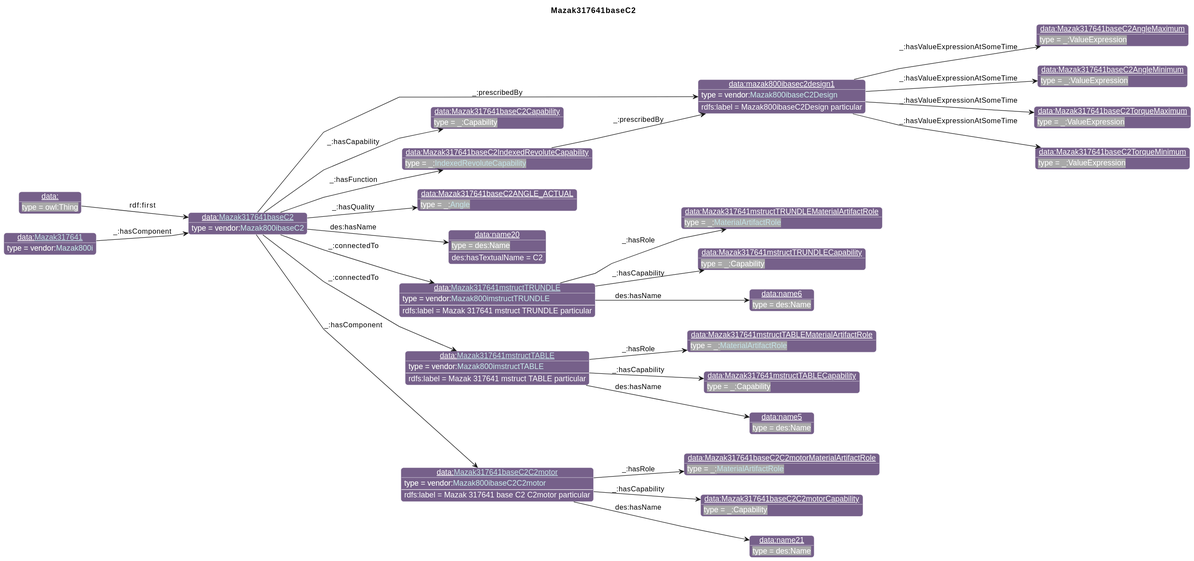
iofoundry/example-syseng-mtconnect keeps this PlantUML diagram as diagrams/Mazak317641baseC2.svg. Above is the earlier version.
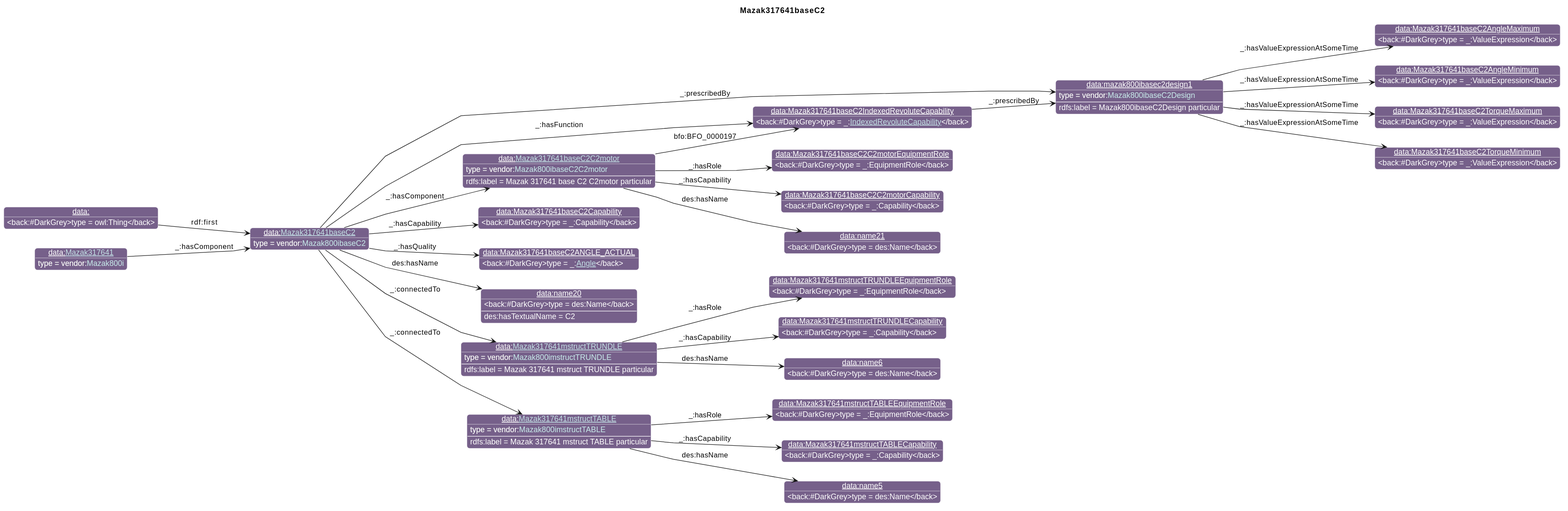
The same diagram one commit later.

Diff of the diagram source:
```diff
@@ -36,15 +36,15 @@
 individual(o8, data:Mazak317641baseC2ANGLE_ACTUAL, _:[[../MTConnect.html#Angle Angle]])
 individual(o9, data:name20, des:Name)
 individual(o10, data:[[./Mazak317641mstructTRUNDLE.html Mazak317641mstructTRUNDLE]], vendor:[[../Mazak.html#Mazak800imstructTRUNDLE Mazak800imstructTRUNDLE]])
-individual(o11, data:Mazak317641mstructTRUNDLEMaterialArtifactRole, _:[[../MTConnect.html#MaterialArtifactRole MaterialArtifactRole]])
+individual(o11, data:Mazak317641mstructTRUNDLEEquipmentRole, _:EquipmentRole)
 individual(o12, data:Mazak317641mstructTRUNDLECapability, _:Capability)
 individual(o13, data:name6, des:Name)
 individual(o14, data:[[./Mazak317641mstructTABLE.html Mazak317641mstructTABLE]], vendor:[[../Mazak.html#Mazak800imstructTABLE Mazak800imstructTABLE]])
-individual(o15, data:Mazak317641mstructTABLEMaterialArtifactRole, _:[[../MTConnect.html#MaterialArtifactRole MaterialArtifactRole]])
+individual(o15, data:Mazak317641mstructTABLEEquipmentRole, _:EquipmentRole)
 individual(o16, data:Mazak317641mstructTABLECapability, _:Capability)
 individual(o17, data:name5, des:Name)
 individual(o18, data:[[./Mazak317641baseC2C2motor.html Mazak317641baseC2C2motor]], vendor:[[../Mazak.html#Mazak800ibaseC2C2motor Mazak800ibaseC2C2motor]])
-individual(o19, data:Mazak317641baseC2C2motorMaterialArtifactRole, _:[[../MTConnect.html#MaterialArtifactRole MaterialArtifactRole]])
+individual(o19, data:Mazak317641baseC2C2motorEquipmentRole, _:EquipmentRole)
 individual(o20, data:Mazak317641baseC2C2motorCapability, _:Capability)
 individual(o21, data:name21, des:Name)
 individual(o22, data:, owl:Thing)
@@ -73,6 +73,7 @@
 property(o14, "des:hasName", o17)
 property(o0, "_:hasComponent", o18)
 data(o18, "rdfs:label", "Mazak 317641 base C2 C2motor particular")
+property(o18, "bfo:BFO_0000197", o7)
 property(o18, "_:hasRole", o19)
 property(o18, "_:hasCapability", o20)
 property(o18, "des:hasName", o21)
```
